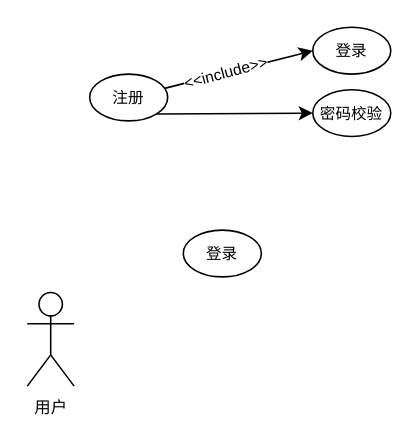
Before: 未命名绘图.drawio in Chentx1243/draw.io, a draw.io diagram. Source tidied: cells renumbered, new cells numbered last; positions are measured from the earlier drawing's top-left corner, leaving out a move shared by most shapes. Both pictures are drawn from the tidied source at 156%, with x=0, y=0 at pixel (27, 27).
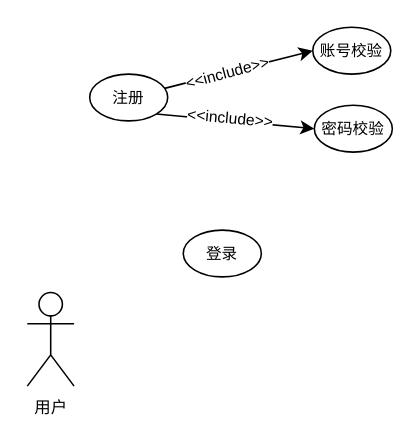
After the change.

Commit message (it also covers changes not shown here):
更新未命名绘图.drawio

Change to the diagram source:
```diff
@@
 <mxGraphModel>
   <root>
     <mxCell id="0" />
     <mxCell id="1" parent="0" />
     <mxCell id="2" value="&lt;font face=&quot;宋体&quot; style=&quot;font-size: 10.5px;&quot;&gt;用户&lt;/font&gt;" style="shape=umlActor;verticalLabelPosition=bottom;verticalAlign=top;html=1;" parent="1" vertex="1">
       <mxGeometry y="170" width="30" height="60" as="geometry" />
     </mxCell>
     <mxCell id="3" value="&lt;font face=&quot;宋体&quot; style=&quot;font-size: 10px;&quot;&gt;登录&lt;/font&gt;" style="ellipse;whiteSpace=wrap;html=1;" parent="1" vertex="1">
       <mxGeometry x="100" y="130" width="50" height="30" as="geometry" />
     </mxCell>
     <mxCell id="4" style="rounded=0;jettySize=auto;html=1;entryX=0;entryY=0.5;entryDx=0;entryDy=0;" parent="1" edge="1" source="7" target="8">
       <mxGeometry relative="1" as="geometry" />
     </mxCell>
     <mxCell id="5" value="&lt;font style=&quot;font-size: 10px;&quot; face=&quot;宋体&quot;&gt;&amp;lt;&amp;lt;include&amp;gt;&amp;gt;&lt;/font&gt;" style="edgeLabel;html=1;align=center;verticalAlign=middle;rotation=-15;" parent="4" vertex="1">
-      <mxGeometry x="-0.18" y="1" relative="1" as="geometry" />
+      <mxGeometry x="-0.18" y="1" relative="1" as="geometry">
+        <mxPoint x="1" as="offset" />
+      </mxGeometry>
     </mxCell>
     <mxCell id="6" style="rounded=0;jettySize=auto;html=1;exitX=1;exitY=1;exitDx=0;exitDy=0;entryX=0;entryY=0.5;entryDx=0;entryDy=0;" parent="1" edge="1" source="7" target="9">
       <mxGeometry relative="1" as="geometry" />
     </mxCell>
+    <mxCell id="10" value="&lt;span style=&quot;font-family: 宋体; font-size: 10px;&quot;&gt;&amp;lt;&amp;lt;include&amp;gt;&amp;gt;&lt;/span&gt;" style="edgeLabel;html=1;align=center;verticalAlign=middle;rotation=5;" parent="6" vertex="1">
+      <mxGeometry x="-0.07" y="2" relative="1" as="geometry" />
+    </mxCell>
     <mxCell id="7" value="&lt;font face=&quot;宋体&quot;&gt;&lt;span style=&quot;font-size: 10px;&quot;&gt;注册&lt;/span&gt;&lt;/font&gt;" style="ellipse;whiteSpace=wrap;html=1;" parent="1" vertex="1">
       <mxGeometry x="40" y="30" width="50" height="30" as="geometry" />
     </mxCell>
-    <mxCell id="8" value="&lt;font face=&quot;宋体&quot; style=&quot;font-size: 10px;&quot;&gt;登录&lt;/font&gt;" style="ellipse;whiteSpace=wrap;html=1;" parent="1" vertex="1">
+    <mxCell id="8" value="&lt;font face=&quot;宋体&quot;&gt;&lt;span style=&quot;font-size: 10px;&quot;&gt;账号校验&lt;/span&gt;&lt;/font&gt;" style="ellipse;whiteSpace=wrap;html=1;" parent="1" vertex="1">
       <mxGeometry x="183" width="50" height="30" as="geometry" />
     </mxCell>
     <mxCell id="9" value="&lt;font face=&quot;宋体&quot; style=&quot;font-size: 10px;&quot;&gt;密码校验&lt;/font&gt;" style="ellipse;whiteSpace=wrap;html=1;" parent="1" vertex="1">
-      <mxGeometry x="183" y="40" width="50" height="30" as="geometry" />
+      <mxGeometry x="184" y="50" width="50" height="30" as="geometry" />
     </mxCell>
   </root>
 </mxGraphModel>
```
